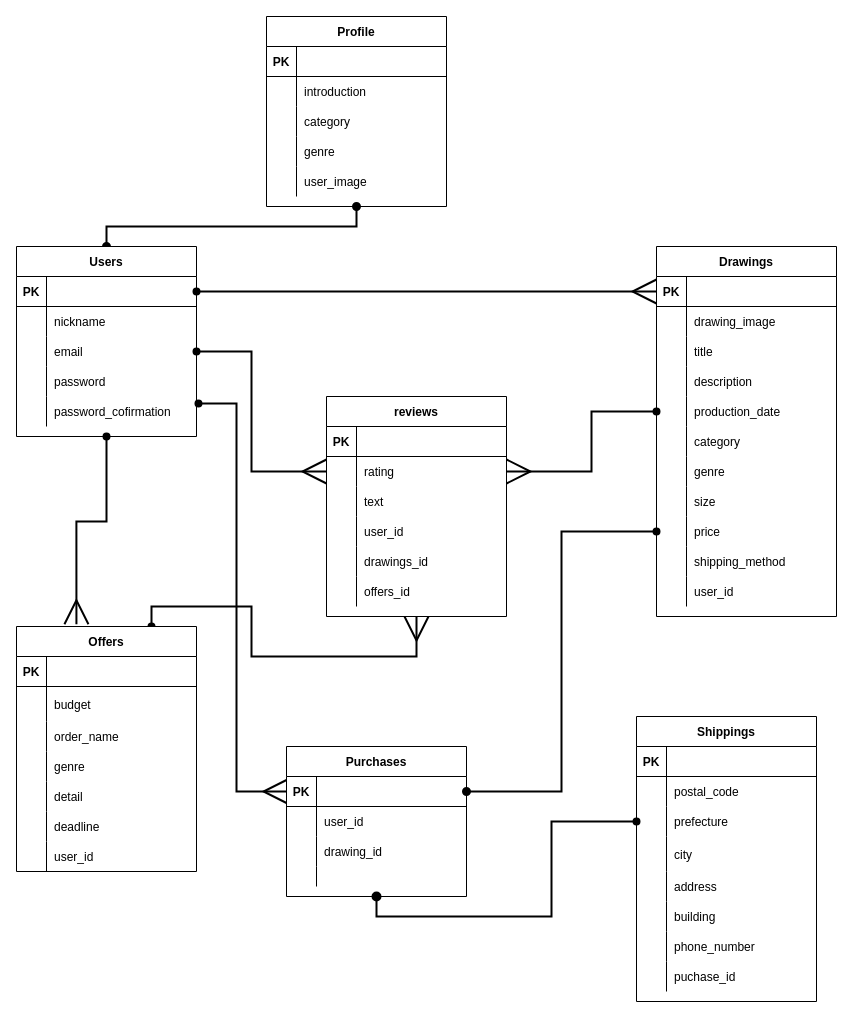
motoi21/epilog-2020 keeps this draw.io diagram as epilog_2020.dio. Above is the earlier version. Source tidied: cells renumbered, new cells numbered last; positions are measured from the earlier drawing's top-left corner, leaving out a move shared by most shapes. Both pictures are drawn from the tidied source at 100%, with x=0, y=0 at pixel (16, 16).
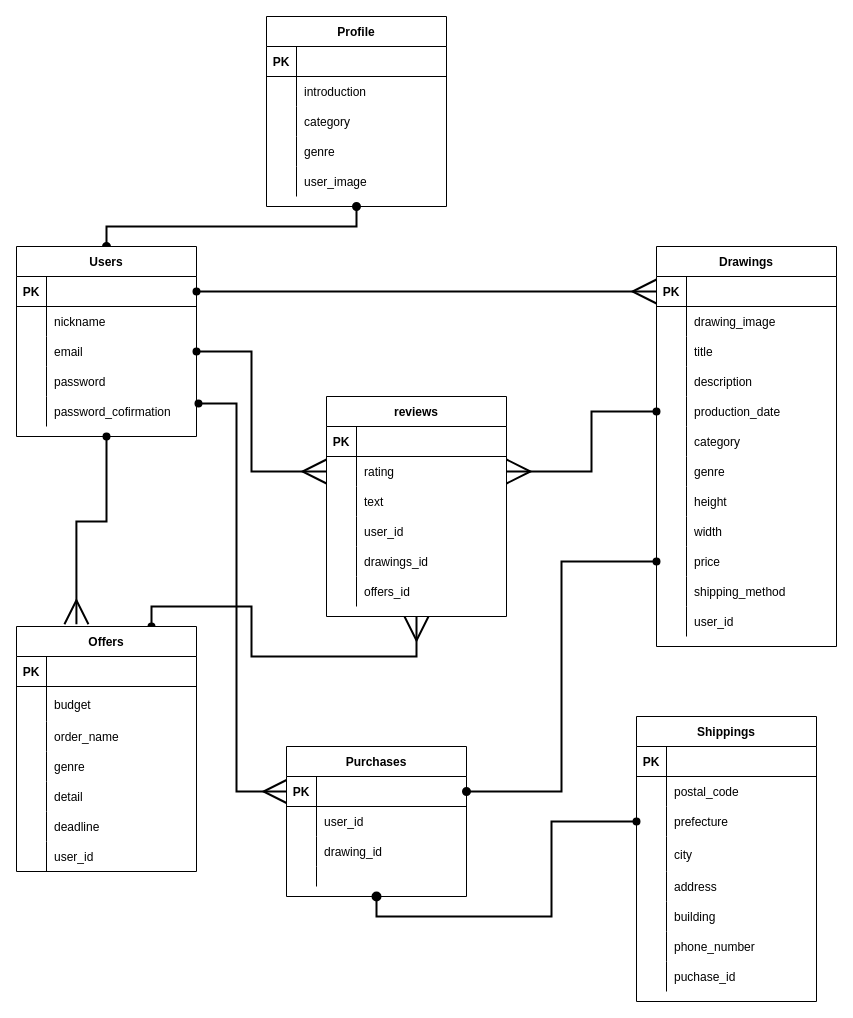
After the change.

Unchanged cells that the change refers to:
```xml
<mxCell id="57" style="shape=partialRectangle;fillColor=none;top=0;left=0;bottom=0;right=0;" parent="35" vertex="1">
  <mxGeometry y="240" width="180" height="30" as="geometry" />
</mxCell>
```

Diff of the diagram source:
```diff
@@
     <mxCell id="35" value="Drawings" style="shape=table;startSize=30;childLayout=tableLayout;rowLines=0;fontStyle=1;align=center;" parent="1" vertex="1">
-      <mxGeometry x="640" y="230" width="180" height="370" as="geometry" />
+      <mxGeometry x="640" y="230" width="180" height="400" as="geometry" />
     </mxCell>
@@
-    <mxCell id="59" value="size" style="shape=partialRectangle;fillColor=none;top=0;left=0;bottom=0;right=0;align=left;spacingLeft=6;overflow=hidden;" parent="57" vertex="1">
+    <mxCell id="59" value="height" style="shape=partialRectangle;fillColor=none;top=0;left=0;bottom=0;right=0;align=left;spacingLeft=6;overflow=hidden;" parent="57" vertex="1">
       <mxGeometry x="30" width="150" height="30" as="geometry" />
     </mxCell>
+    <mxCell id="156" style="shape=partialRectangle;fillColor=none;top=0;left=0;bottom=0;right=0;" parent="35" vertex="1">
+      <mxGeometry y="270" width="180" height="30" as="geometry" />
+    </mxCell>
+    <mxCell id="157" style="shape=partialRectangle;fillColor=none;top=0;left=0;bottom=0;right=0;overflow=hidden;" parent="156" vertex="1">
+      <mxGeometry width="30" height="30" as="geometry" />
+    </mxCell>
+    <mxCell id="158" value="width" style="shape=partialRectangle;fillColor=none;top=0;left=0;bottom=0;right=0;align=left;spacingLeft=6;overflow=hidden;" parent="156" vertex="1">
+      <mxGeometry x="30" width="150" height="30" as="geometry" />
+    </mxCell>
     <mxCell id="60" style="shape=partialRectangle;fillColor=none;top=0;left=0;bottom=0;right=0;points=[[0,0.5],[1,0.5]];portConstraint=eastwest;" parent="35" vertex="1">
-      <mxGeometry y="270" width="180" height="30" as="geometry" />
+      <mxGeometry y="300" width="180" height="30" as="geometry" />
     </mxCell>
@@
     <mxCell id="63" style="shape=partialRectangle;fillColor=none;top=0;left=0;bottom=0;right=0;" parent="35" vertex="1">
-      <mxGeometry y="300" width="180" height="30" as="geometry" />
+      <mxGeometry y="330" width="180" height="30" as="geometry" />
     </mxCell>
@@
     <mxCell id="66" style="shape=partialRectangle;fillColor=none;top=0;left=0;bottom=0;right=0;" parent="35" vertex="1">
-      <mxGeometry y="330" width="180" height="30" as="geometry" />
+      <mxGeometry y="360" width="180" height="30" as="geometry" />
     </mxCell>
```
